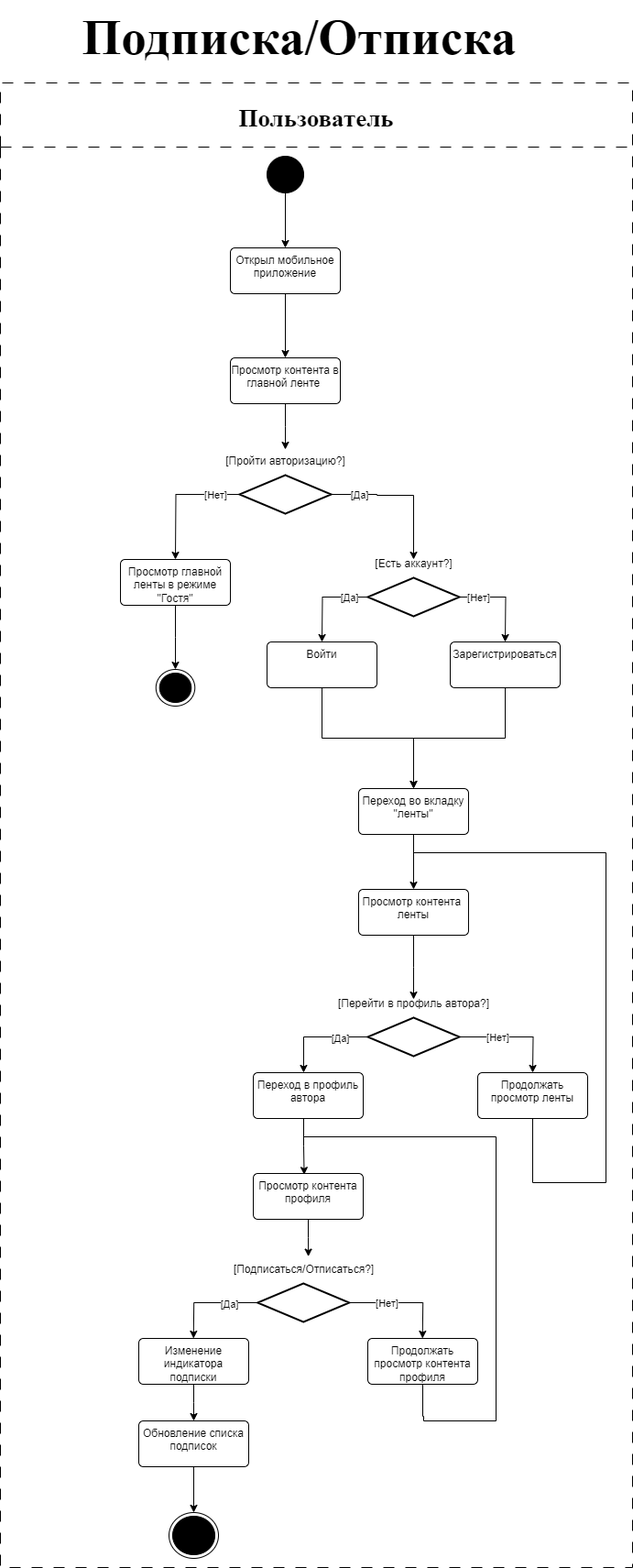
Above: diagrams/activity-subscription.png in SazonovAlexander/9.1-TikTalk (draw.io), before the change. Source tidied: cells renumbered, new cells last; positions are measured from the earlier drawing's top-left corner, leaving out a move shared by most shapes.
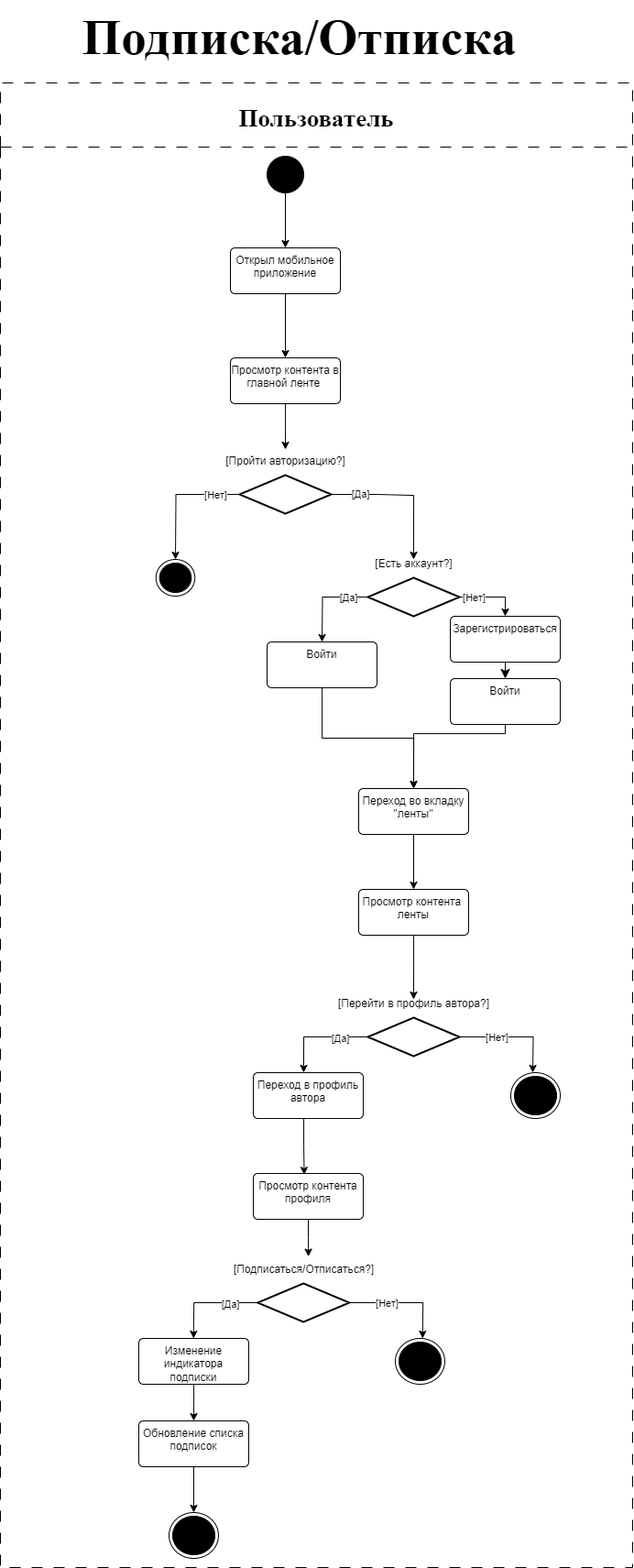
Above is the later version.

What changed in the source:
```diff
@@ -51,12 +51,6 @@
     <mxCell id="13" style="strokeWidth=2;html=1;shape=mxgraph.flowchart.decision;whiteSpace=wrap;" parent="1" vertex="1">
       <mxGeometry x="261" y="518" width="100" height="42" as="geometry" />
     </mxCell>
-    <mxCell id="14" style="edgeStyle=orthogonalEdgeStyle;rounded=0;jettySize=auto;html=1;" parent="1" edge="1" source="15" target="26">
-      <mxGeometry relative="1" as="geometry" />
-    </mxCell>
-    <mxCell id="15" value="Просмотр главной ленты в режиме &quot;Гостя&quot;" style="whiteSpace=wrap;html=1;verticalAlign=top;rounded=1;arcSize=10;dashed=0;" parent="1" vertex="1">
-      <mxGeometry x="131" y="610" width="120" height="50" as="geometry" />
-    </mxCell>
     <mxCell id="16" style="edgeStyle=orthogonalEdgeStyle;rounded=0;jettySize=auto;html=1;" parent="1" edge="1" source="20">
       <mxGeometry relative="1" as="geometry">
         <mxPoint x="351" y="700" as="targetPoint" />
@@ -65,9 +59,11 @@
     <mxCell id="17" value="[Да]" style="edgeLabel;html=1;align=center;verticalAlign=middle;" parent="16" vertex="1">
       <mxGeometry x="-0.58" relative="1" as="geometry" />
     </mxCell>
-    <mxCell id="18" style="edgeStyle=orthogonalEdgeStyle;rounded=0;jettySize=auto;html=1;" parent="1" edge="1" source="20">
+    <mxCell id="18" style="edgeStyle=orthogonalEdgeStyle;rounded=0;jettySize=auto;html=1;entryX=0.5;entryY=0;entryDx=0;entryDy=0;" parent="1" edge="1" source="20" target="25">
       <mxGeometry relative="1" as="geometry">
-        <mxPoint x="551" y="700" as="targetPoint" />
+        <Array as="points">
+          <mxPoint x="551" y="651" />
+        </Array>
       </mxGeometry>
     </mxCell>
     <mxCell id="19" value="[Нет]" style="edgeLabel;html=1;align=center;verticalAlign=middle;" parent="18" vertex="1">
@@ -87,15 +83,14 @@
     <mxCell id="23" value="Войти" style="whiteSpace=wrap;html=1;verticalAlign=top;rounded=1;arcSize=10;dashed=0;" parent="1" vertex="1">
       <mxGeometry x="291" y="700" width="120" height="50" as="geometry" />
     </mxCell>
-    <mxCell id="24" style="edgeStyle=orthogonalEdgeStyle;rounded=0;jettySize=auto;html=1;entryX=0.5;entryY=0;entryDx=0;entryDy=0;" parent="1" edge="1" source="25" target="28">
-      <mxGeometry relative="1" as="geometry" />
+    <mxCell id="24" style="edgeStyle=orthogonalEdgeStyle;rounded=0;jettySize=auto;html=1;entryX=0.5;entryY=0;entryDx=0;entryDy=0;exitX=0.5;exitY=1;exitDx=0;exitDy=0;" parent="1" edge="1" source="59" target="28">
+      <mxGeometry relative="1" as="geometry">
+        <Array as="points">
+          <mxPoint x="551" y="800" />
+          <mxPoint x="451" y="800" />
+        </Array>
+      </mxGeometry>
     </mxCell>
-    <mxCell id="25" value="Зарегистрироваться" style="whiteSpace=wrap;html=1;verticalAlign=top;rounded=1;arcSize=10;dashed=0;" parent="1" vertex="1">
-      <mxGeometry x="491" y="700" width="120" height="50" as="geometry" />
-    </mxCell>
-    <mxCell id="26" style="ellipse;html=1;shape=endState;fillColor=strokeColor;" parent="1" vertex="1">
-      <mxGeometry x="169.8" y="730" width="42.5" height="40" as="geometry" />
-    </mxCell>
     <mxCell id="27" style="edgeStyle=orthogonalEdgeStyle;rounded=0;jettySize=auto;html=1;entryX=0.5;entryY=0;entryDx=0;entryDy=0;" parent="1" edge="1" source="28" target="30">
       <mxGeometry relative="1" as="geometry" />
     </mxCell>
@@ -128,18 +123,6 @@
     <mxCell id="36" value="Пользователь" style="swimlane;startSize=70;fontFamily=Times New Roman;fontSize=27;dashed=1;dashPattern=12 12;" parent="1" vertex="1">
       <mxGeometry y="90" width="690" height="1620" as="geometry" />
     </mxCell>
-    <mxCell id="37" style="edgeStyle=orthogonalEdgeStyle;rounded=0;jettySize=auto;html=1;endArrow=none;endFill=0;" parent="36" edge="1" source="38">
-      <mxGeometry relative="1" as="geometry">
-        <mxPoint x="451" y="840" as="targetPoint" />
-        <Array as="points">
-          <mxPoint x="581" y="1200" />
-          <mxPoint x="661" y="1200" />
-        </Array>
-      </mxGeometry>
-    </mxCell>
-    <mxCell id="38" value="Продолжать просмотр ленты" style="whiteSpace=wrap;html=1;verticalAlign=top;rounded=1;arcSize=10;dashed=0;" parent="36" vertex="1">
-      <mxGeometry x="521" y="1080" width="120" height="50" as="geometry" />
-    </mxCell>
     <mxCell id="39" style="edgeStyle=orthogonalEdgeStyle;rounded=0;jettySize=auto;html=1;" parent="36" edge="1" source="33">
       <mxGeometry relative="1" as="geometry">
         <mxPoint x="581" y="1080" as="targetPoint" />
@@ -180,20 +163,6 @@
     <mxCell id="48" style="edgeStyle=orthogonalEdgeStyle;rounded=0;jettySize=auto;html=1;entryX=0.53;entryY=0.02;entryDx=0;entryDy=0;entryPerimeter=0;" parent="36" edge="1" source="41" target="45">
       <mxGeometry relative="1" as="geometry" />
     </mxCell>
-    <mxCell id="49" style="edgeStyle=orthogonalEdgeStyle;rounded=0;jettySize=auto;html=1;endArrow=none;endFill=0;" parent="36" edge="1" source="50">
-      <mxGeometry relative="1" as="geometry">
-        <mxPoint x="331" y="1150" as="targetPoint" />
-        <Array as="points">
-          <mxPoint x="461" y="1455" />
-          <mxPoint x="462" y="1455" />
-          <mxPoint x="462" y="1460" />
-          <mxPoint x="541" y="1460" />
-        </Array>
-      </mxGeometry>
-    </mxCell>
-    <mxCell id="50" value="Продолжать просмотр контента профиля" style="whiteSpace=wrap;html=1;verticalAlign=top;rounded=1;arcSize=10;dashed=0;" parent="36" vertex="1">
-      <mxGeometry x="401" y="1370" width="120" height="50" as="geometry" />
-    </mxCell>
     <mxCell id="51" style="edgeStyle=orthogonalEdgeStyle;rounded=0;jettySize=auto;html=1;" parent="36" edge="1" source="52">
       <mxGeometry relative="1" as="geometry">
         <mxPoint x="211" y="1460" as="targetPoint" />
@@ -211,6 +180,24 @@
     <mxCell id="55" style="edgeStyle=orthogonalEdgeStyle;rounded=0;jettySize=auto;html=1;" parent="36" edge="1" source="53" target="54">
       <mxGeometry relative="1" as="geometry" />
     </mxCell>
+    <mxCell id="26" style="ellipse;html=1;shape=endState;fillColor=strokeColor;" parent="36" vertex="1">
+      <mxGeometry x="169.8" y="520" width="42.5" height="40" as="geometry" />
+    </mxCell>
+    <mxCell id="58" style="edgeStyle=none;curved=1;rounded=0;jettySize=auto;html=1;entryX=0.5;entryY=0;entryDx=0;entryDy=0;fontSize=12;startSize=8;endSize=8;" parent="36" edge="1" source="25" target="59">
+      <mxGeometry relative="1" as="geometry" />
+    </mxCell>
+    <mxCell id="25" value="Зарегистрироваться" style="whiteSpace=wrap;html=1;verticalAlign=top;rounded=1;arcSize=10;dashed=0;" parent="36" vertex="1">
+      <mxGeometry x="491" y="582" width="120" height="50" as="geometry" />
+    </mxCell>
+    <mxCell id="59" value="Войти" style="whiteSpace=wrap;html=1;verticalAlign=top;rounded=1;arcSize=10;dashed=0;" parent="36" vertex="1">
+      <mxGeometry x="491" y="650" width="120" height="50" as="geometry" />
+    </mxCell>
+    <mxCell id="60" style="ellipse;html=1;shape=endState;fillColor=strokeColor;" parent="36" vertex="1">
+      <mxGeometry x="557" y="1080" width="54" height="50" as="geometry" />
+    </mxCell>
+    <mxCell id="61" style="ellipse;html=1;shape=endState;fillColor=strokeColor;" parent="36" vertex="1">
+      <mxGeometry x="431" y="1370" width="54" height="50" as="geometry" />
+    </mxCell>
     <mxCell id="56" value="Подписка/Отписка" style="text;html=1;align=center;verticalAlign=middle;strokeColor=none;fillColor=none;fontFamily=Times New Roman;fontSize=55;fontStyle=1;" parent="1" vertex="1">
       <mxGeometry x="96" width="460" height="80" as="geometry" />
     </mxCell>
```
